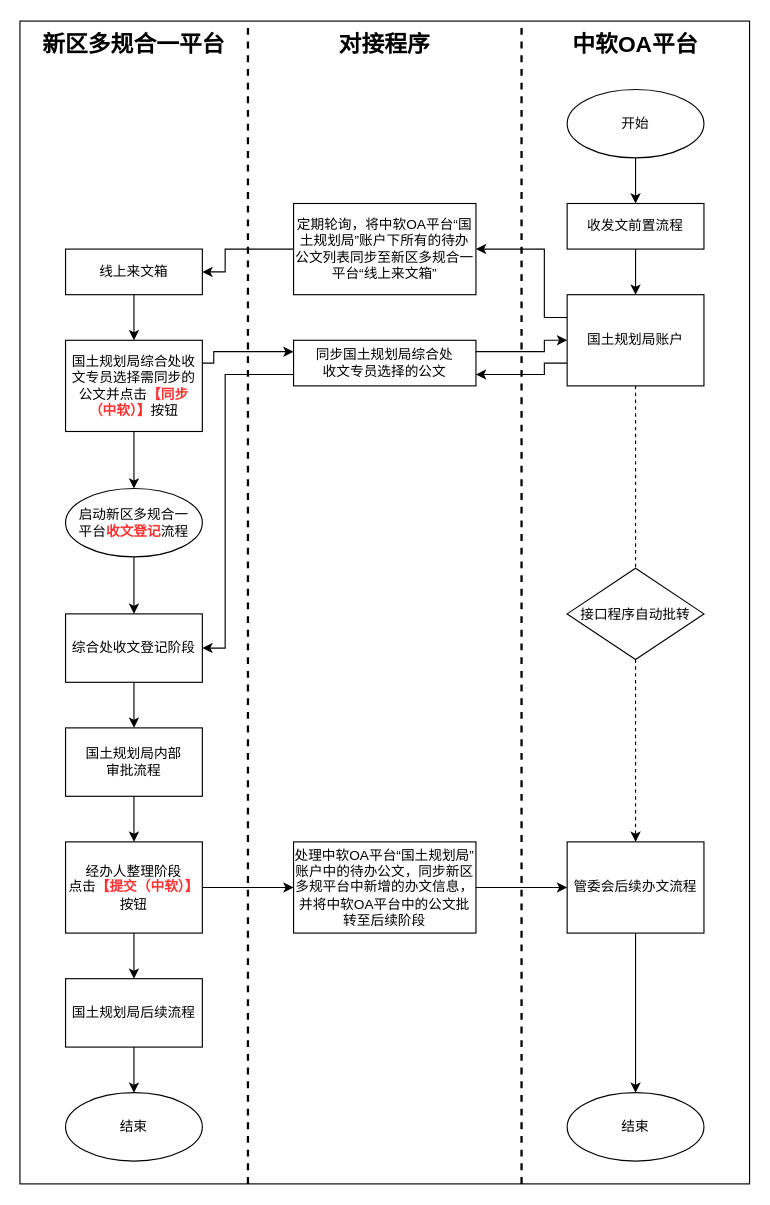
The draw.io diagram page "公文模块对接1" (2 of 5) of 中软对接.drawio in 806100963/draw.io, before the edit. Source tidied: cells renumbered, new cells numbered last; positions are measured from the earlier drawing's top-left corner, leaving out a move shared by most shapes. Both pictures are drawn from the tidied source at 114%, with x=0, y=0 at pixel (19, 21).
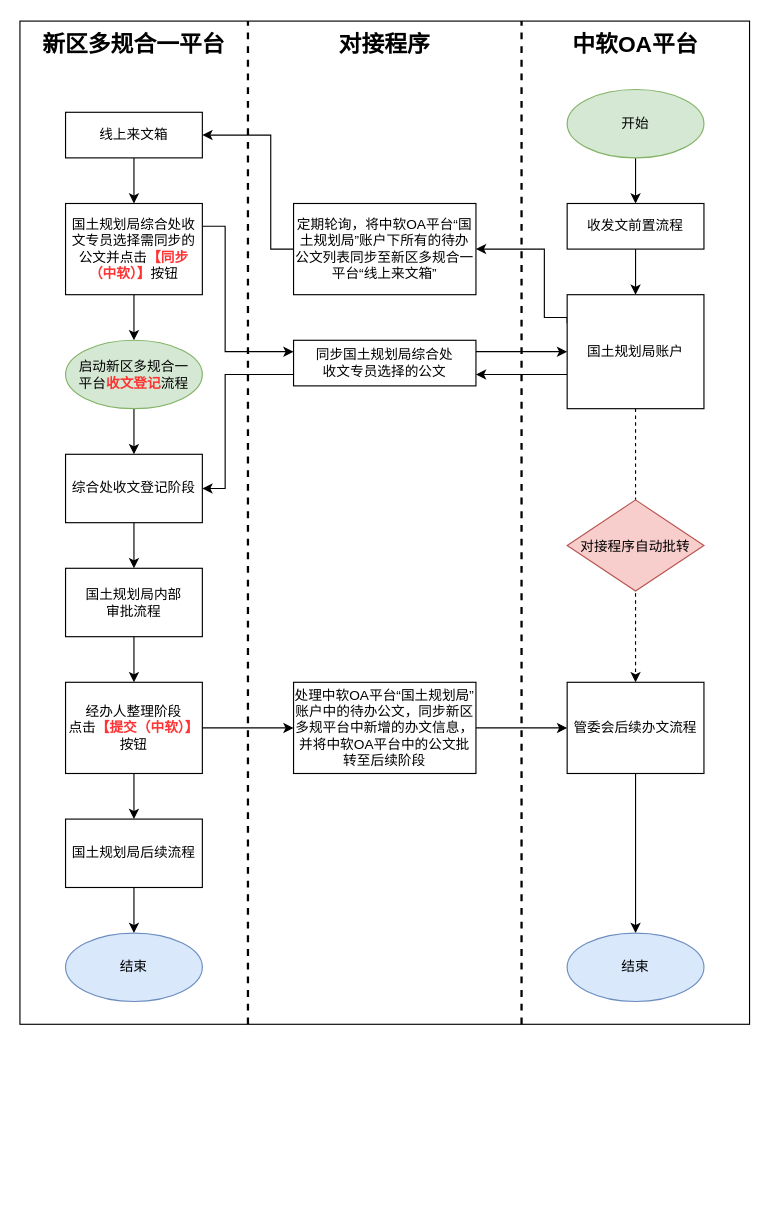
The same diagram, later.

Unchanged cells that the change refers to:
```xml
<mxCell id="14" value="定期轮询，将中软OA平台“国土规划局”账户下所有的待办公文列表同步至新区多规合一平台“线上来文箱”" style="rounded=0;whiteSpace=wrap;html=1;" parent="1" vertex="1">
  <mxGeometry x="240" y="160" width="160" height="80" as="geometry" />
</mxCell>
<mxCell id="20" value="同步国土规划局综合处&lt;br&gt;收文专员选择的公文" style="rounded=0;whiteSpace=wrap;html=1;" parent="1" vertex="1">
  <mxGeometry x="240" y="280" width="160" height="40" as="geometry" />
</mxCell>
<mxCell id="40" value="新区多规合一平台" style="text;html=1;strokeColor=none;fillColor=none;align=center;verticalAlign=middle;whiteSpace=wrap;rounded=0;fontSize=20;fontStyle=1;" parent="1" vertex="1">
  <mxGeometry width="200" height="40" as="geometry" />
</mxCell>
```

The edit, as a diff of the source:
```diff
@@
     <mxCell id="2" style="rounded=0;whiteSpace=wrap;html=1;fontSize=20;" parent="1" vertex="1">
-      <mxGeometry width="640" height="1020" as="geometry" />
+      <mxGeometry width="640" height="880" as="geometry" />
     </mxCell>
@@
-    <mxCell id="4" value="开始" style="ellipse;whiteSpace=wrap;html=1;" parent="1" vertex="1">
+    <mxCell id="4" value="开始" style="ellipse;whiteSpace=wrap;html=1;fillColor=#d5e8d4;strokeColor=#82b366;" parent="1" vertex="1">
       <mxGeometry x="480" y="60" width="120" height="60" as="geometry" />
     </mxCell>
@@
-    <mxCell id="8" style="edgeStyle=orthogonalEdgeStyle;rounded=0;jettySize=auto;html=1;exitX=0;exitY=0.75;exitDx=0;exitDy=0;entryX=1;entryY=0.75;entryDx=0;entryDy=0;" parent="1" edge="1" source="10" target="20">
+    <mxCell id="8" style="edgeStyle=orthogonalEdgeStyle;rounded=0;jettySize=auto;html=1;entryX=1;entryY=0.75;entryDx=0;entryDy=0;" parent="1" edge="1" source="10" target="20">
       <mxGeometry relative="1" as="geometry">
         <Array as="points">
-          <mxPoint x="460" y="300" />
+          <mxPoint x="460" y="310" />
           <mxPoint x="460" y="310" />
         </Array>
       </mxGeometry>
     </mxCell>
@@
     <mxCell id="10" value="国土规划局账户" style="rounded=0;whiteSpace=wrap;html=1;" parent="1" vertex="1">
-      <mxGeometry x="480" y="240" width="120" height="80" as="geometry" />
+      <mxGeometry x="480" y="240" width="120" height="100" as="geometry" />
     </mxCell>
@@
     <mxCell id="12" value="线上来文箱" style="rounded=0;whiteSpace=wrap;html=1;" parent="1" vertex="1">
-      <mxGeometry x="40" y="200" width="120" height="40" as="geometry" />
+      <mxGeometry x="40" y="80" width="120" height="40" as="geometry" />
     </mxCell>
     <mxCell id="13" style="edgeStyle=orthogonalEdgeStyle;rounded=0;jettySize=auto;html=1;exitX=0;exitY=0.5;exitDx=0;exitDy=0;entryX=1;entryY=0.5;entryDx=0;entryDy=0;" parent="1" edge="1" source="14" target="12">
       <mxGeometry relative="1" as="geometry">
         <Array as="points">
-          <mxPoint x="180" y="200" />
-          <mxPoint x="180" y="220" />
+          <mxPoint x="220" y="200" />
+          <mxPoint x="220" y="100" />
         </Array>
       </mxGeometry>
     </mxCell>
@@
     <mxCell id="15" style="edgeStyle=orthogonalEdgeStyle;rounded=0;jettySize=auto;html=1;exitX=1;exitY=0.25;exitDx=0;exitDy=0;entryX=0;entryY=0.25;entryDx=0;entryDy=0;" parent="1" edge="1" source="17" target="20">
       <mxGeometry relative="1" as="geometry">
         <Array as="points">
-          <mxPoint x="170" y="300" />
-          <mxPoint x="170" y="290" />
+          <mxPoint x="180" y="180" />
+          <mxPoint x="180" y="290" />
         </Array>
       </mxGeometry>
     </mxCell>
@@
     <mxCell id="17" value="国土规划局综合处收文专员选择需同步的公文并点击&lt;font color=&quot;#ff3333&quot;&gt;&lt;b&gt;【同步（中软）】&lt;/b&gt;&lt;/font&gt;按钮" style="rounded=0;whiteSpace=wrap;html=1;" parent="1" vertex="1">
-      <mxGeometry x="40" y="280" width="120" height="80" as="geometry" />
+      <mxGeometry x="40" y="160" width="120" height="80" as="geometry" />
     </mxCell>
-    <mxCell id="18" style="edgeStyle=orthogonalEdgeStyle;rounded=0;jettySize=auto;html=1;exitX=1;exitY=0.25;exitDx=0;exitDy=0;entryX=0;entryY=0.5;entryDx=0;entryDy=0;" parent="1" edge="1" source="20" target="10">
+    <mxCell id="18" style="edgeStyle=orthogonalEdgeStyle;rounded=0;jettySize=auto;html=1;exitX=1;exitY=0.25;exitDx=0;exitDy=0;" parent="1" edge="1" source="20" target="10">
       <mxGeometry relative="1" as="geometry">
         <Array as="points">
-          <mxPoint x="460" y="290" />
-          <mxPoint x="460" y="280" />
+          <mxPoint x="470" y="290" />
+          <mxPoint x="470" y="290" />
         </Array>
       </mxGeometry>
     </mxCell>
     <mxCell id="19" style="edgeStyle=orthogonalEdgeStyle;rounded=0;jettySize=auto;html=1;exitX=0;exitY=0.75;exitDx=0;exitDy=0;entryX=1;entryY=0.5;entryDx=0;entryDy=0;" parent="1" edge="1" source="20" target="24">
       <mxGeometry relative="1" as="geometry">
         <Array as="points">
           <mxPoint x="180" y="310" />
-          <mxPoint x="180" y="550" />
+          <mxPoint x="180" y="410" />
         </Array>
       </mxGeometry>
     </mxCell>
@@
-    <mxCell id="22" value="启动新区多规合一&lt;br&gt;平台&lt;b&gt;&lt;font color=&quot;#ff3333&quot;&gt;收文登记&lt;/font&gt;&lt;/b&gt;流程" style="ellipse;whiteSpace=wrap;html=1;" parent="1" vertex="1">
-      <mxGeometry x="40" y="410" width="120" height="60" as="geometry" />
+    <mxCell id="22" value="启动新区多规合一&lt;br&gt;平台&lt;b&gt;&lt;font color=&quot;#ff3333&quot;&gt;收文登记&lt;/font&gt;&lt;/b&gt;流程" style="ellipse;whiteSpace=wrap;html=1;fillColor=#d5e8d4;strokeColor=#82b366;" parent="1" vertex="1">
+      <mxGeometry x="40" y="280" width="120" height="60" as="geometry" />
     </mxCell>
@@
     <mxCell id="24" value="综合处收文登记阶段" style="rounded=0;whiteSpace=wrap;html=1;" parent="1" vertex="1">
-      <mxGeometry x="40" y="520" width="120" height="60" as="geometry" />
+      <mxGeometry x="40" y="380" width="120" height="60" as="geometry" />
     </mxCell>
@@
     <mxCell id="26" value="国土规划局内部&lt;br&gt;审批流程" style="rounded=0;whiteSpace=wrap;html=1;" parent="1" vertex="1">
-      <mxGeometry x="40" y="620" width="120" height="60" as="geometry" />
+      <mxGeometry x="40" y="480" width="120" height="60" as="geometry" />
     </mxCell>
@@
     <mxCell id="29" value="经办人整理阶段&lt;br&gt;点击&lt;b&gt;&lt;font color=&quot;#ff3333&quot;&gt;【提交（中软）】&lt;/font&gt;&lt;/b&gt;按钮" style="rounded=0;whiteSpace=wrap;html=1;" parent="1" vertex="1">
-      <mxGeometry x="40" y="720" width="120" height="80" as="geometry" />
+      <mxGeometry x="40" y="580" width="120" height="80" as="geometry" />
     </mxCell>
@@
     <mxCell id="31" value="管委会后续办文流程" style="rounded=0;whiteSpace=wrap;html=1;" parent="1" vertex="1">
-      <mxGeometry x="480" y="720" width="120" height="80" as="geometry" />
+      <mxGeometry x="480" y="580" width="120" height="80" as="geometry" />
     </mxCell>
@@
     <mxCell id="33" value="处理中软OA平台“国土规划局”账户中的待办公文，同步新区多规平台中新增的办文信息，并将中软OA平台中的公文批转至后续阶段" style="rounded=0;whiteSpace=wrap;html=1;" parent="1" vertex="1">
-      <mxGeometry x="240" y="720" width="160" height="80" as="geometry" />
+      <mxGeometry x="240" y="580" width="160" height="80" as="geometry" />
     </mxCell>
@@
     <mxCell id="35" value="国土规划局后续流程" style="rounded=0;whiteSpace=wrap;html=1;" parent="1" vertex="1">
-      <mxGeometry x="40" y="840" width="120" height="60" as="geometry" />
+      <mxGeometry x="40" y="700" width="120" height="60" as="geometry" />
     </mxCell>
-    <mxCell id="36" value="结束" style="ellipse;whiteSpace=wrap;html=1;rounded=0;" parent="1" vertex="1">
-      <mxGeometry x="40" y="940" width="120" height="60" as="geometry" />
+    <mxCell id="36" value="结束" style="ellipse;whiteSpace=wrap;html=1;rounded=0;fillColor=#dae8fc;strokeColor=#6c8ebf;" parent="1" vertex="1">
+      <mxGeometry x="40" y="800" width="120" height="60" as="geometry" />
     </mxCell>
-    <mxCell id="37" value="结束" style="ellipse;whiteSpace=wrap;html=1;rounded=0;" parent="1" vertex="1">
-      <mxGeometry x="480" y="940" width="120" height="60" as="geometry" />
+    <mxCell id="37" value="结束" style="ellipse;whiteSpace=wrap;html=1;rounded=0;fillColor=#dae8fc;strokeColor=#6c8ebf;" parent="1" vertex="1">
+      <mxGeometry x="480" y="800" width="120" height="60" as="geometry" />
     </mxCell>
     <mxCell id="38" style="endArrow=none;dashed=1;html=1;strokeWidth=2;entryX=1;entryY=0;entryDx=0;entryDy=0;" parent="1" edge="1" target="40">
       <mxGeometry relative="1" as="geometry">
-        <mxPoint x="200" y="1020" as="sourcePoint" />
+        <mxPoint x="200" y="880" as="sourcePoint" />
       </mxGeometry>
     </mxCell>
     <mxCell id="39" style="endArrow=none;dashed=1;html=1;strokeWidth=2;" parent="1" edge="1">
       <mxGeometry relative="1" as="geometry">
-        <mxPoint x="440" y="1020" as="sourcePoint" />
+        <mxPoint x="440" y="880" as="sourcePoint" />
         <mxPoint x="440" as="targetPoint" />
       </mxGeometry>
     </mxCell>
@@
-    <mxCell id="43" value="&lt;p&gt;&lt;/p&gt;&lt;div style=&quot;text-align: justify ; line-height: 100% ; font-size: 12px&quot;&gt;接口程序自动批转&lt;/div&gt;&lt;p&gt;&lt;/p&gt;" style="rhombus;whiteSpace=wrap;html=1;fontSize=20;align=center;spacing=0;" parent="1" vertex="1">
-      <mxGeometry x="480" y="480" width="120" height="80" as="geometry" />
+    <mxCell id="43" value="&lt;p&gt;&lt;/p&gt;&lt;div style=&quot;text-align: justify ; line-height: 100% ; font-size: 12px&quot;&gt;对接程序自动批转&lt;/div&gt;&lt;p&gt;&lt;/p&gt;" style="rhombus;whiteSpace=wrap;html=1;fontSize=20;align=center;spacing=0;fillColor=#f8cecc;strokeColor=#b85450;" parent="1" vertex="1">
+      <mxGeometry x="480" y="420" width="120" height="80" as="geometry" />
     </mxCell>
```
